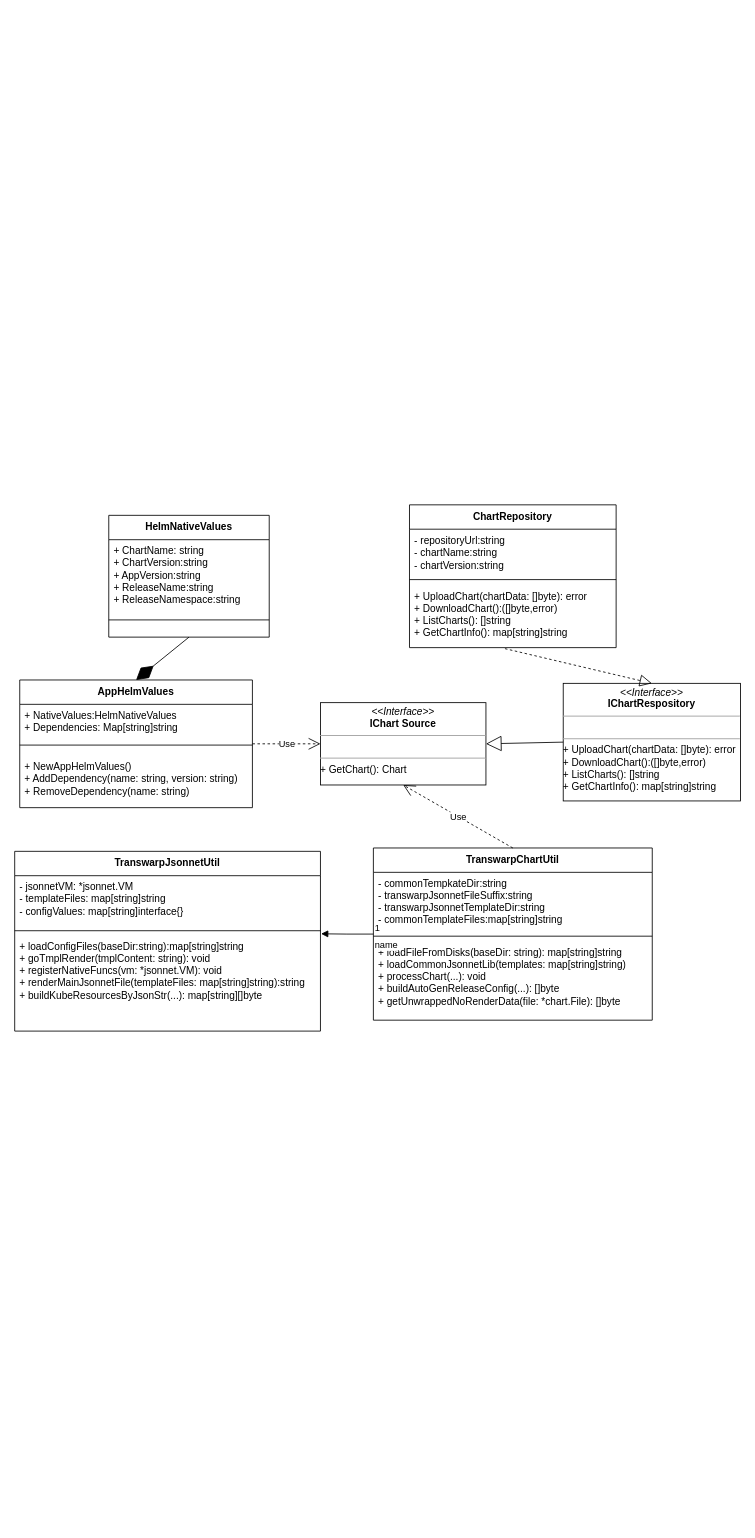
Before: 毕业设计.drawio in stardust123456/kubesphere, a draw.io diagram. Source tidied: cells renumbered, new cells numbered last; positions are measured from the earlier drawing's top-left corner, leaving out a move shared by most shapes. Both pictures are drawn from the tidied source at 84%, with x=0, y=0 at pixel (14, 505).
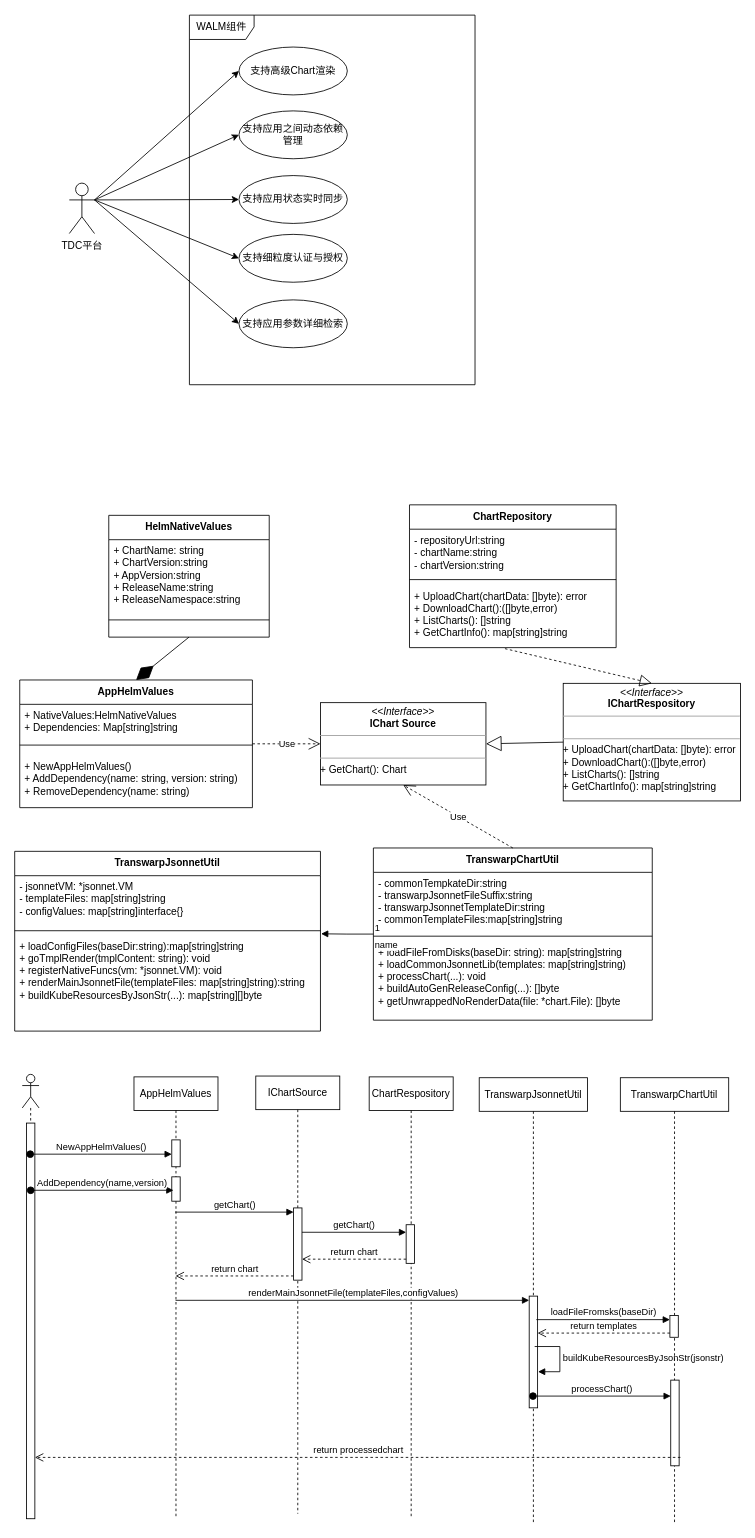
The same diagram, later.

Commit message:
更新毕业设计.drawio

Change to the diagram source:
```diff
@@
+    <mxCell id="30" value="AppHelmValues&lt;br&gt;" style="shape=umlLifeline;perimeter=lifelinePerimeter;whiteSpace=wrap;html=1;outlineConnect=0;portConstraint=eastwest;newEdgeStyle={&quot;curved&quot;:0,&quot;rounded&quot;:0};" parent="1" vertex="1">
+      <mxGeometry x="142" y="680.5" width="100" height="523" as="geometry" />
+    </mxCell>
+    <mxCell id="31" style="html=1;points=[[0,0,0,0,5],[0,1,0,0,-5],[1,0,0,0,5],[1,1,0,0,-5]];perimeter=orthogonalPerimeter;outlineConnect=0;targetShapes=umlLifeline;portConstraint=eastwest;newEdgeStyle={&quot;curved&quot;:0,&quot;rounded&quot;:0};" parent="30" vertex="1">
+      <mxGeometry x="45" y="75" width="10" height="32" as="geometry" />
+    </mxCell>
+    <mxCell id="32" style="html=1;perimeter=orthogonalPerimeter;targetShapes=umlLifeline;newEdgeStyle={&quot;curved&quot;:0,&quot;rounded&quot;:0};" parent="30" vertex="1">
+      <mxGeometry x="45" y="119" width="10" height="29" as="geometry" />
+    </mxCell>
+    <mxCell id="33" value="IChartSource" style="shape=umlLifeline;perimeter=lifelinePerimeter;whiteSpace=wrap;html=1;newEdgeStyle={&quot;curved&quot;:0,&quot;rounded&quot;:0};" parent="1" vertex="1">
+      <mxGeometry x="287" y="679.5" width="100" height="521" as="geometry" />
+    </mxCell>
+    <mxCell id="34" style="html=1;points=[[0,0,0,0,5],[0,1,0,0,-5],[1,0,0,0,5],[1,1,0,0,-5]];perimeter=orthogonalPerimeter;outlineConnect=0;targetShapes=umlLifeline;portConstraint=eastwest;newEdgeStyle={&quot;curved&quot;:0,&quot;rounded&quot;:0};" parent="33" vertex="1">
+      <mxGeometry x="45" y="157" width="10" height="86" as="geometry" />
+    </mxCell>
+    <mxCell id="35" value="ChartRespository" style="shape=umlLifeline;perimeter=lifelinePerimeter;whiteSpace=wrap;html=1;newEdgeStyle={&quot;curved&quot;:0,&quot;rounded&quot;:0};" parent="1" vertex="1">
+      <mxGeometry x="422" y="680.5" width="100" height="523" as="geometry" />
+    </mxCell>
+    <mxCell id="36" style="html=1;points=[[0,0,0,0,5],[0,1,0,0,-5],[1,0,0,0,5],[1,1,0,0,-5]];perimeter=orthogonalPerimeter;outlineConnect=0;targetShapes=umlLifeline;portConstraint=eastwest;newEdgeStyle={&quot;curved&quot;:0,&quot;rounded&quot;:0};" parent="35" vertex="1">
+      <mxGeometry x="44" y="176" width="10" height="46" as="geometry" />
+    </mxCell>
+    <mxCell id="37" value="TranswarpJsonnetUtil" style="shape=umlLifeline;perimeter=lifelinePerimeter;whiteSpace=wrap;html=1;newEdgeStyle={&quot;curved&quot;:0,&quot;rounded&quot;:0};" parent="1" vertex="1">
+      <mxGeometry x="553" y="681.5" width="129" height="529" as="geometry" />
+    </mxCell>
+    <mxCell id="38" style="html=1;points=[[0,0,0,0,5],[0,1,0,0,-5],[1,0,0,0,5],[1,1,0,0,-5]];perimeter=orthogonalPerimeter;outlineConnect=0;targetShapes=umlLifeline;portConstraint=eastwest;newEdgeStyle={&quot;curved&quot;:0,&quot;rounded&quot;:0};" parent="37" vertex="1">
+      <mxGeometry x="59.5" y="260" width="10" height="133" as="geometry" />
+    </mxCell>
+    <mxCell id="39" value="buildKubeResourcesByJsonStr(jsonstr)" style="html=1;align=left;spacingLeft=2;endArrow=block;rounded=0;edgeStyle=orthogonalEdgeStyle;curved=0;rounded=0;" parent="37" edge="1">
+      <mxGeometry relative="1" as="geometry">
+        <mxPoint x="66" y="320" as="sourcePoint" />
+        <mxPoint x="70" y="350" as="targetPoint" />
+        <Array as="points">
+          <mxPoint x="96" y="350" />
+        </Array>
+      </mxGeometry>
+    </mxCell>
+    <mxCell id="40" value="TranswarpChartUtil" style="shape=umlLifeline;perimeter=lifelinePerimeter;whiteSpace=wrap;html=1;newEdgeStyle={&quot;curved&quot;:0,&quot;rounded&quot;:0};" parent="1" vertex="1">
+      <mxGeometry x="721" y="681.5" width="129" height="531" as="geometry" />
+    </mxCell>
+    <mxCell id="41" style="html=1;points=[[0,0,0,0,5],[0,1,0,0,-5],[1,0,0,0,5],[1,1,0,0,-5]];perimeter=orthogonalPerimeter;outlineConnect=0;targetShapes=umlLifeline;portConstraint=eastwest;newEdgeStyle={&quot;curved&quot;:0,&quot;rounded&quot;:0};" parent="40" vertex="1">
+      <mxGeometry x="59" y="283" width="10" height="26" as="geometry" />
+    </mxCell>
+    <mxCell id="42" style="html=1;perimeter=orthogonalPerimeter;targetShapes=umlLifeline;newEdgeStyle={&quot;curved&quot;:0,&quot;rounded&quot;:0};" parent="40" vertex="1">
+      <mxGeometry x="60" y="360" width="10" height="102" as="geometry" />
+    </mxCell>
+    <mxCell id="43" value="getChart()" style="html=1;verticalAlign=bottom;endArrow=block;curved=0;rounded=0;entryX=0;entryY=0;entryDx=0;entryDy=5;" parent="1" edge="1">
+      <mxGeometry relative="1" as="geometry">
+        <mxPoint x="191" y="841.5" as="sourcePoint" />
+        <mxPoint x="332" y="841.5" as="targetPoint" />
+      </mxGeometry>
+    </mxCell>
+    <mxCell id="44" value="getChart()" style="html=1;verticalAlign=bottom;endArrow=block;curved=0;rounded=0;entryX=0;entryY=0;entryDx=0;entryDy=5;" parent="1" edge="1" source="34">
+      <mxGeometry relative="1" as="geometry">
+        <mxPoint x="466" y="865.5" as="targetPoint" />
+      </mxGeometry>
+    </mxCell>
+    <mxCell id="45" value="return chart" style="html=1;verticalAlign=bottom;endArrow=open;dashed=1;endSize=8;curved=0;rounded=0;exitX=0;exitY=1;exitDx=0;exitDy=-5;" parent="1" edge="1" source="36" target="34">
+      <mxGeometry relative="1" as="geometry" />
+    </mxCell>
+    <mxCell id="46" value="return chart" style="html=1;verticalAlign=bottom;endArrow=open;dashed=1;endSize=8;curved=0;rounded=0;exitX=0;exitY=1;exitDx=0;exitDy=-5;" parent="1" edge="1" source="34" target="30">
+      <mxGeometry relative="1" as="geometry" />
+    </mxCell>
+    <mxCell id="47" value="renderMainJsonnetFile(templateFiles,configValues)" style="html=1;verticalAlign=bottom;endArrow=block;curved=0;rounded=0;entryX=0;entryY=0;entryDx=0;entryDy=5;" parent="1" edge="1" source="30" target="38">
+      <mxGeometry relative="1" as="geometry" />
+    </mxCell>
+    <mxCell id="48" value="return processedchart" style="html=1;verticalAlign=bottom;endArrow=open;dashed=1;endSize=8;curved=0;rounded=0;" parent="1" edge="1" target="52">
+      <mxGeometry relative="1" as="geometry">
+        <mxPoint x="792.5" y="1133.5" as="sourcePoint" />
+      </mxGeometry>
+    </mxCell>
+    <mxCell id="49" value="loadFileFromsks(baseDir)" style="html=1;verticalAlign=bottom;endArrow=block;curved=0;rounded=0;entryX=0;entryY=0;entryDx=0;entryDy=5;" parent="1" edge="1" target="41">
+      <mxGeometry relative="1" as="geometry">
+        <mxPoint x="621" y="969.5" as="sourcePoint" />
+      </mxGeometry>
+    </mxCell>
+    <mxCell id="50" value="return templates" style="html=1;verticalAlign=bottom;endArrow=open;dashed=1;endSize=8;curved=0;rounded=0;exitX=0;exitY=1;exitDx=0;exitDy=-5;" parent="1" edge="1" source="41" target="38">
+      <mxGeometry relative="1" as="geometry" />
+    </mxCell>
+    <mxCell id="51" style="shape=umlLifeline;perimeter=lifelinePerimeter;whiteSpace=wrap;html=1;outlineConnect=0;portConstraint=eastwest;newEdgeStyle={&quot;curved&quot;:0,&quot;rounded&quot;:0};participant=umlActor;" parent="1" vertex="1">
+      <mxGeometry x="9" y="677.5" width="20" height="529" as="geometry" />
+    </mxCell>
+    <mxCell id="52" style="html=1;points=[[0,0,0,0,5],[0,1,0,0,-5],[1,0,0,0,5],[1,1,0,0,-5]];perimeter=orthogonalPerimeter;outlineConnect=0;targetShapes=umlLifeline;portConstraint=eastwest;newEdgeStyle={&quot;curved&quot;:0,&quot;rounded&quot;:0};" parent="51" vertex="1">
+      <mxGeometry x="5" y="58" width="10" height="471" as="geometry" />
+    </mxCell>
+    <mxCell id="53" value="NewAppHelmValues()" style="html=1;verticalAlign=bottom;startArrow=oval;endArrow=block;startSize=8;curved=0;rounded=0;" parent="1" edge="1" source="51" target="31">
+      <mxGeometry relative="1" as="geometry">
+        <Array as="points">
+          <mxPoint x="87" y="772.5" />
+        </Array>
+      </mxGeometry>
+    </mxCell>
+    <mxCell id="54" value="AddDependency(name,version)" style="html=1;verticalAlign=bottom;startArrow=oval;endArrow=block;startSize=8;curved=0;rounded=0;entryX=0;entryY=0;entryDx=0;entryDy=5;" parent="1" edge="1">
+      <mxGeometry relative="1" as="geometry">
+        <mxPoint x="19" y="815.5" as="sourcePoint" />
+        <mxPoint x="189" y="815.5" as="targetPoint" />
+      </mxGeometry>
+    </mxCell>
+    <mxCell id="55" value="processChart()" style="html=1;verticalAlign=bottom;startArrow=oval;endArrow=block;startSize=8;curved=0;rounded=0;entryX=0;entryY=0;entryDx=0;entryDy=5;" parent="1" edge="1">
+      <mxGeometry relative="1" as="geometry">
+        <mxPoint x="617" y="1060.5" as="sourcePoint" />
+        <mxPoint x="781" y="1060.5" as="targetPoint" />
+      </mxGeometry>
+    </mxCell>
+    <mxCell id="56" style="rounded=0;jettySize=auto;html=1;exitX=1;exitY=0.3333333333333333;exitDx=0;exitDy=0;exitPerimeter=0;entryX=0;entryY=0.5;entryDx=0;entryDy=0;" parent="1" edge="1" source="61" target="63">
+      <mxGeometry relative="1" as="geometry" />
+    </mxCell>
+    <mxCell id="57" style="rounded=0;jettySize=auto;html=1;exitX=1;exitY=0.3333333333333333;exitDx=0;exitDy=0;exitPerimeter=0;entryX=0;entryY=0.5;entryDx=0;entryDy=0;" parent="1" edge="1" source="61" target="64">
+      <mxGeometry relative="1" as="geometry" />
+    </mxCell>
+    <mxCell id="58" style="rounded=0;jettySize=auto;html=1;exitX=1;exitY=0.3333333333333333;exitDx=0;exitDy=0;exitPerimeter=0;entryX=0;entryY=0.5;entryDx=0;entryDy=0;" parent="1" edge="1" source="61" target="65">
+      <mxGeometry relative="1" as="geometry" />
+    </mxCell>
+    <mxCell id="59" style="rounded=0;jettySize=auto;html=1;exitX=1;exitY=0.3333333333333333;exitDx=0;exitDy=0;exitPerimeter=0;entryX=0;entryY=0.5;entryDx=0;entryDy=0;" parent="1" edge="1" source="61" target="66">
+      <mxGeometry relative="1" as="geometry" />
+    </mxCell>
+    <mxCell id="60" style="rounded=0;jettySize=auto;html=1;exitX=1;exitY=0.3333333333333333;exitDx=0;exitDy=0;exitPerimeter=0;entryX=0;entryY=0.5;entryDx=0;entryDy=0;" parent="1" edge="1" source="61" target="67">
+      <mxGeometry relative="1" as="geometry" />
+    </mxCell>
+    <mxCell id="61" value="TDC平台" style="shape=umlActor;verticalLabelPosition=bottom;verticalAlign=top;html=1;" parent="1" vertex="1">
+      <mxGeometry x="65" y="-383.5" width="30" height="60" as="geometry" />
+    </mxCell>
+    <mxCell id="62" value="WALM组件" style="shape=umlFrame;whiteSpace=wrap;html=1;width=77;height=29;" parent="1" vertex="1">
+      <mxGeometry x="208" y="-583.5" width="340" height="440" as="geometry" />
+    </mxCell>
+    <mxCell id="63" value="支持高级Chart渲染" style="ellipse;whiteSpace=wrap;html=1;" parent="1" vertex="1">
+      <mxGeometry x="267" y="-545.5" width="129" height="57" as="geometry" />
+    </mxCell>
+    <mxCell id="64" value="支持应用之间动态依赖管理" style="ellipse;whiteSpace=wrap;html=1;" parent="1" vertex="1">
+      <mxGeometry x="267" y="-469.5" width="129" height="57" as="geometry" />
+    </mxCell>
+    <mxCell id="65" value="支持应用状态实时同步" style="ellipse;whiteSpace=wrap;html=1;" parent="1" vertex="1">
+      <mxGeometry x="267" y="-392.5" width="129" height="57" as="geometry" />
+    </mxCell>
+    <mxCell id="66" value="支持细粒度认证与授权" style="ellipse;whiteSpace=wrap;html=1;" parent="1" vertex="1">
+      <mxGeometry x="267" y="-322.5" width="129" height="57" as="geometry" />
+    </mxCell>
+    <mxCell id="67" value="支持应用参数详细检索" style="ellipse;whiteSpace=wrap;html=1;" parent="1" vertex="1">
+      <mxGeometry x="267" y="-244.5" width="129" height="57" as="geometry" />
+    </mxCell>
```
